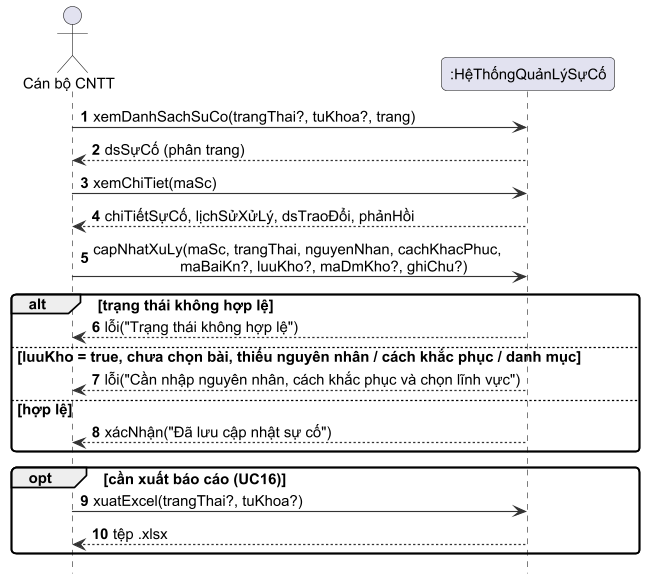
The PlantUML diagram docs/uml/h2_5b_ssd_uc6.png in greyd254/IMS_TEST, before a commit.
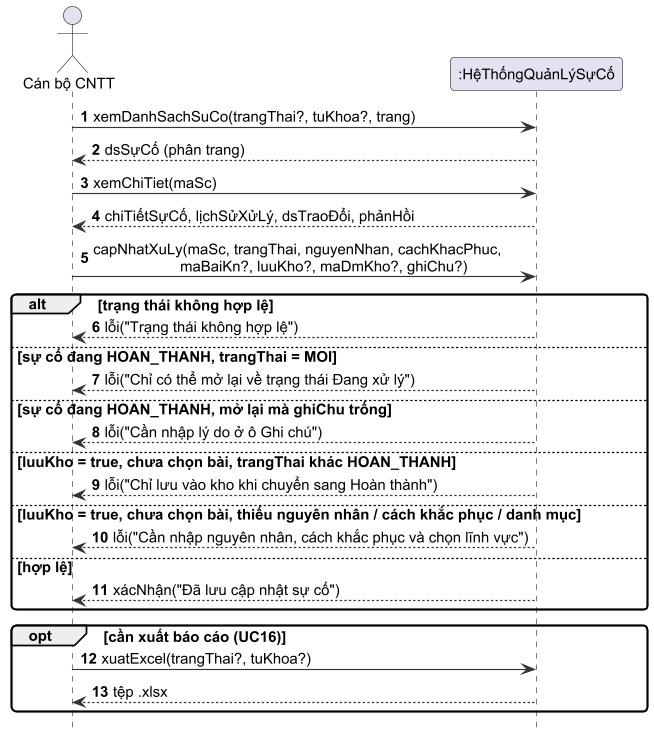
Later version of the same file.

What changed in the source:
```diff
@@ -12,6 +12,12 @@
 A -> S : capNhatXuLy(maSc, trangThai, nguyenNhan, cachKhacPhuc,\n                     maBaiKn?, luuKho?, maDmKho?, ghiChu?)
 alt trạng thái không hợp lệ
   S --> A : lỗi("Trạng thái không hợp lệ")
+else sự cố đang HOAN_THANH, trangThai = MOI
+  S --> A : lỗi("Chỉ có thể mở lại về trạng thái Đang xử lý")
+else sự cố đang HOAN_THANH, mở lại mà ghiChu trống
+  S --> A : lỗi("Cần nhập lý do ở ô Ghi chú")
+else luuKho = true, chưa chọn bài, trangThai khác HOAN_THANH
+  S --> A : lỗi("Chỉ lưu vào kho khi chuyển sang Hoàn thành")
 else luuKho = true, chưa chọn bài, thiếu nguyên nhân / cách khắc phục / danh mục
   S --> A : lỗi("Cần nhập nguyên nhân, cách khắc phục và chọn lĩnh vực")
 else hợp lệ
```
